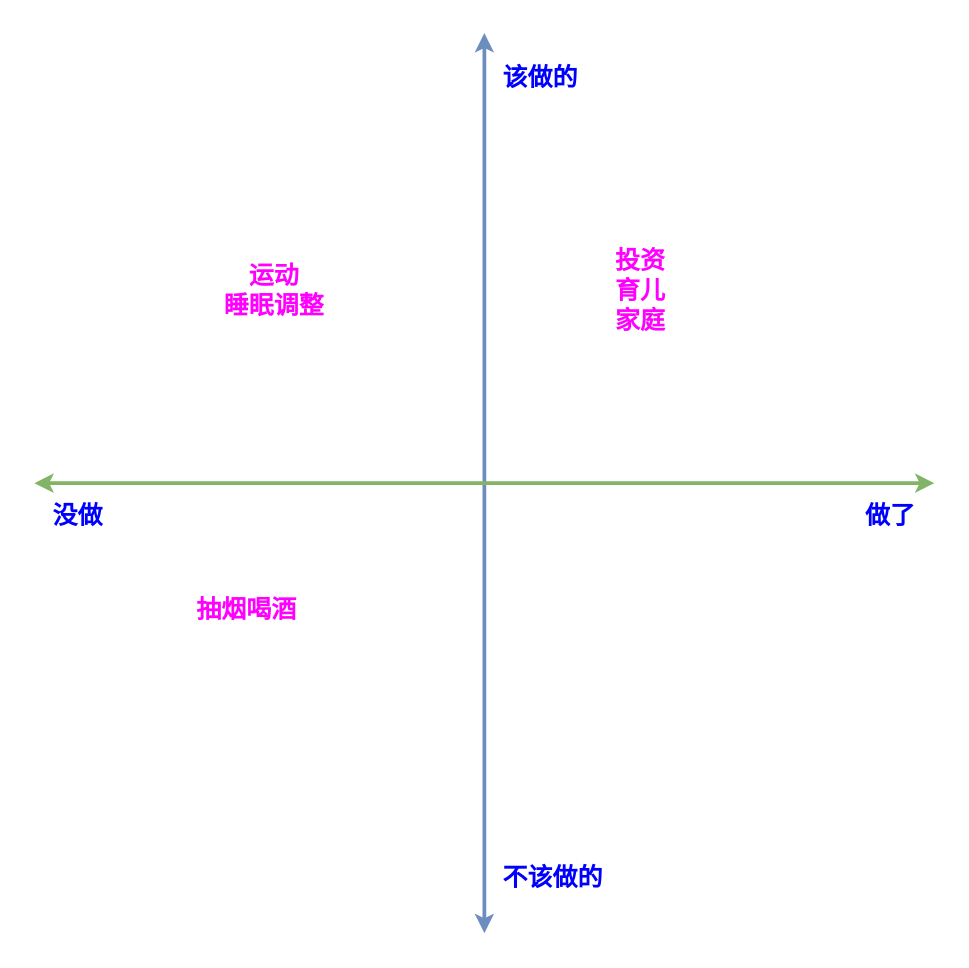
This is 四象限.drawio from lhtin/01world, a draw.io file, before an edit. Source tidied: cells renumbered, new cells numbered last; positions are measured from the earlier drawing's top-left corner, leaving out a move shared by most shapes. Both pictures are drawn from the tidied source at 125%, with x=0, y=0 at pixel (21, 32).
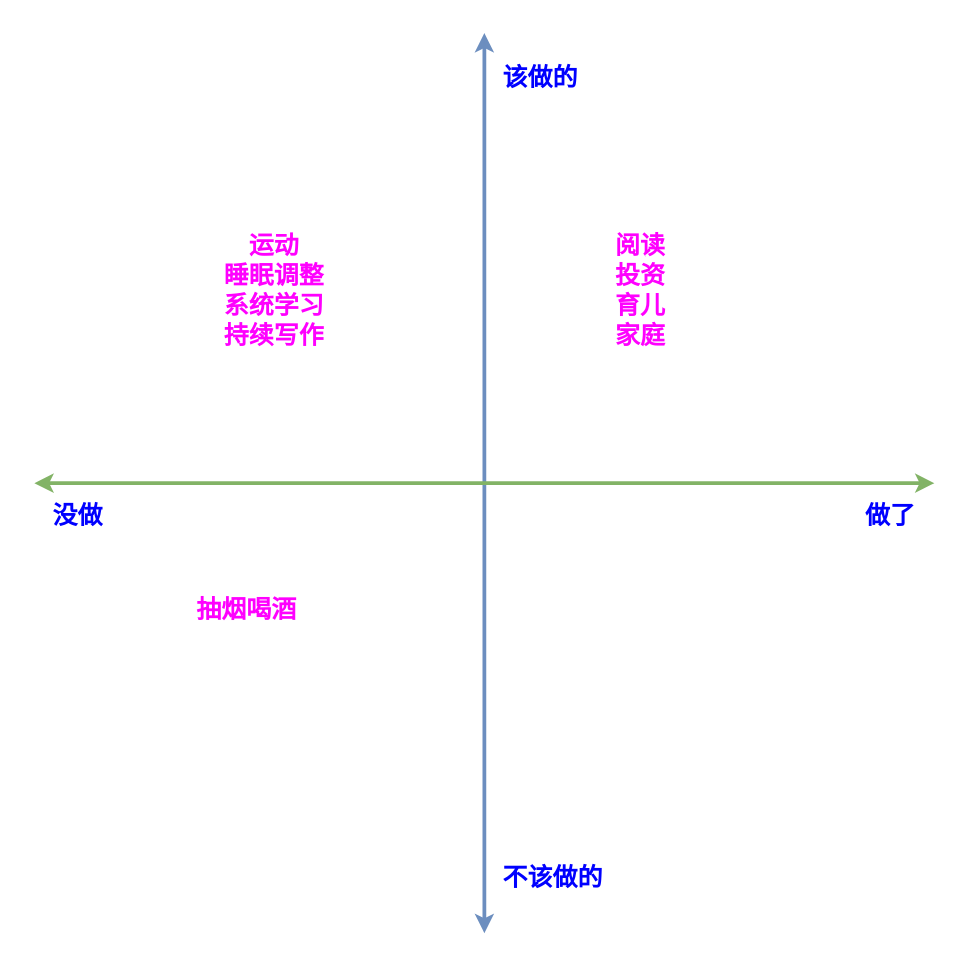
Above is the later version.

Commit message:
更新四象限.drawio

The edit, as a diff of the source:
```diff
@@
 <mxGraphModel>
   <root>
     <mxCell id="0" />
     <mxCell id="1" parent="0" />
     <mxCell id="2" style="endArrow=classic;startArrow=classic;html=1;rounded=0;fillColor=#dae8fc;strokeColor=#6c8ebf;strokeWidth=3;" parent="1" edge="1">
       <mxGeometry relative="1" as="geometry">
         <mxPoint x="370" y="720" as="sourcePoint" />
         <mxPoint x="370" as="targetPoint" />
       </mxGeometry>
     </mxCell>
     <mxCell id="3" style="endArrow=classic;startArrow=classic;html=1;rounded=0;fillColor=#d5e8d4;strokeColor=#82b366;strokeWidth=3;" parent="1" edge="1">
       <mxGeometry relative="1" as="geometry">
         <mxPoint x="730" y="360" as="sourcePoint" />
         <mxPoint x="10" y="360" as="targetPoint" />
       </mxGeometry>
     </mxCell>
     <mxCell id="4" value="该做的" style="text;html=1;whiteSpace=wrap;strokeColor=none;fillColor=none;align=center;verticalAlign=middle;rounded=0;fontSize=20;fontFamily=Times New Roman;fontColor=#0000FF;fontStyle=1;" parent="1" vertex="1">
       <mxGeometry x="370" y="20" width="90" height="30" as="geometry" />
     </mxCell>
     <mxCell id="5" value="不该做的" style="text;html=1;whiteSpace=wrap;strokeColor=none;fillColor=none;align=center;verticalAlign=middle;rounded=0;fontSize=20;fontFamily=Times New Roman;fontColor=#0000FF;fontStyle=1;" parent="1" vertex="1">
       <mxGeometry x="380" y="660" width="90" height="30" as="geometry" />
     </mxCell>
     <mxCell id="6" value="做了" style="text;html=1;whiteSpace=wrap;strokeColor=none;fillColor=none;align=center;verticalAlign=middle;rounded=0;fontSize=20;fontFamily=Times New Roman;fontColor=#0000FF;fontStyle=1;" parent="1" vertex="1">
       <mxGeometry x="650" y="370" width="90" height="30" as="geometry" />
     </mxCell>
     <mxCell id="7" value="没做" style="text;html=1;whiteSpace=wrap;strokeColor=none;fillColor=none;align=center;verticalAlign=middle;rounded=0;fontSize=20;fontFamily=Times New Roman;fontColor=#0000FF;fontStyle=1;" parent="1" vertex="1">
       <mxGeometry y="370" width="90" height="30" as="geometry" />
     </mxCell>
-    <mxCell id="8" value="投资&lt;div&gt;育儿&lt;/div&gt;&lt;div&gt;家庭&lt;/div&gt;" style="text;html=1;whiteSpace=wrap;strokeColor=none;fillColor=none;align=center;verticalAlign=middle;rounded=0;fontSize=20;fontFamily=Times New Roman;fontColor=#FF00FF;fontStyle=1;" parent="1" vertex="1">
+    <mxCell id="8" value="&lt;div&gt;阅读&lt;/div&gt;投资&lt;div&gt;育儿&lt;/div&gt;&lt;div&gt;家庭&lt;/div&gt;" style="text;html=1;whiteSpace=wrap;strokeColor=none;fillColor=none;align=center;verticalAlign=middle;rounded=0;fontSize=20;fontFamily=Times New Roman;fontColor=#FF00FF;fontStyle=1;" parent="1" vertex="1">
       <mxGeometry x="450" y="190" width="90" height="30" as="geometry" />
     </mxCell>
-    <mxCell id="9" value="运动&lt;div&gt;睡眠调整&lt;/div&gt;" style="text;html=1;whiteSpace=wrap;strokeColor=none;fillColor=none;align=center;verticalAlign=middle;rounded=0;fontSize=20;fontFamily=Times New Roman;fontColor=#FF00FF;fontStyle=1;" parent="1" vertex="1">
+    <mxCell id="9" value="运动&lt;div&gt;睡眠调整&lt;/div&gt;&lt;div&gt;系统学习&lt;/div&gt;&lt;div&gt;持续写作&lt;/div&gt;" style="text;html=1;whiteSpace=wrap;strokeColor=none;fillColor=none;align=center;verticalAlign=middle;rounded=0;fontSize=20;fontFamily=Times New Roman;fontColor=#FF00FF;fontStyle=1;" parent="1" vertex="1">
       <mxGeometry x="157" y="190" width="90" height="30" as="geometry" />
     </mxCell>
     <mxCell id="10" value="抽烟喝酒" style="text;html=1;whiteSpace=wrap;strokeColor=none;fillColor=none;align=center;verticalAlign=middle;rounded=0;fontSize=20;fontFamily=Times New Roman;fontColor=#FF00FF;fontStyle=1;" parent="1" vertex="1">
       <mxGeometry x="135" y="445" width="90" height="30" as="geometry" />
     </mxCell>
   </root>
 </mxGraphModel>
```
